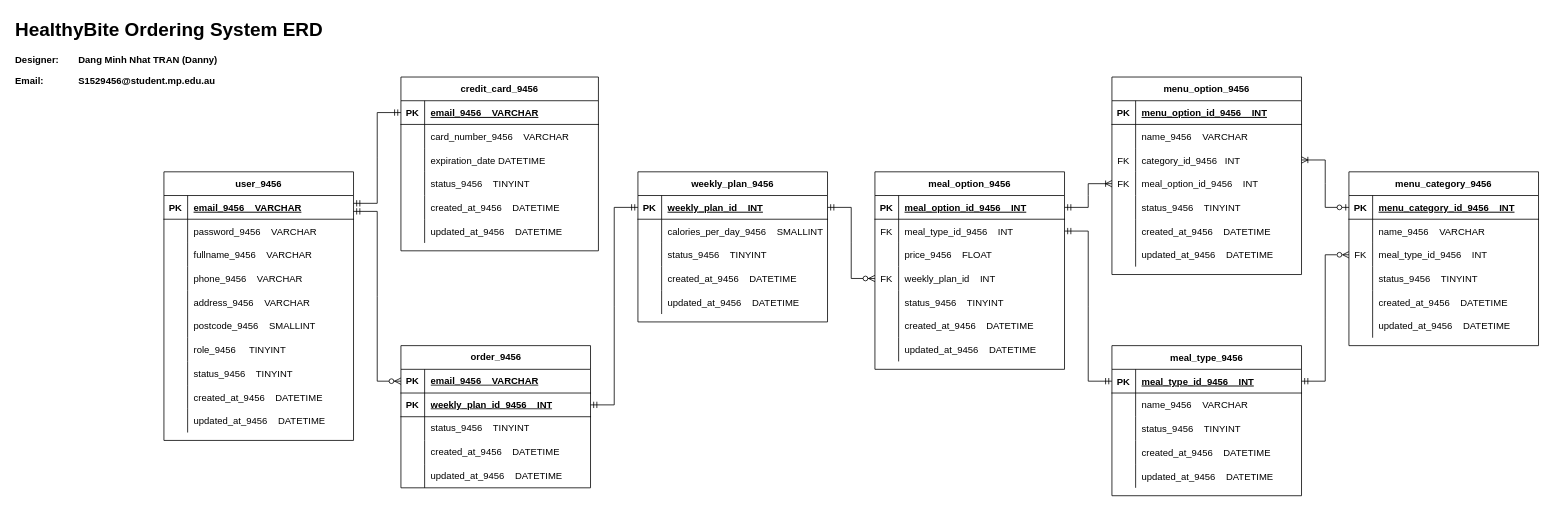
Earlier version of the draw.io diagram Untitled Diagram.drawio (DannyTran3000/er_diagram). Source tidied: cells renumbered, new cells numbered last; positions are measured from the earlier drawing's top-left corner, leaving out a move shared by most shapes. Both pictures are drawn from the tidied source at 79%, with x=0, y=0 at pixel (13, 13).
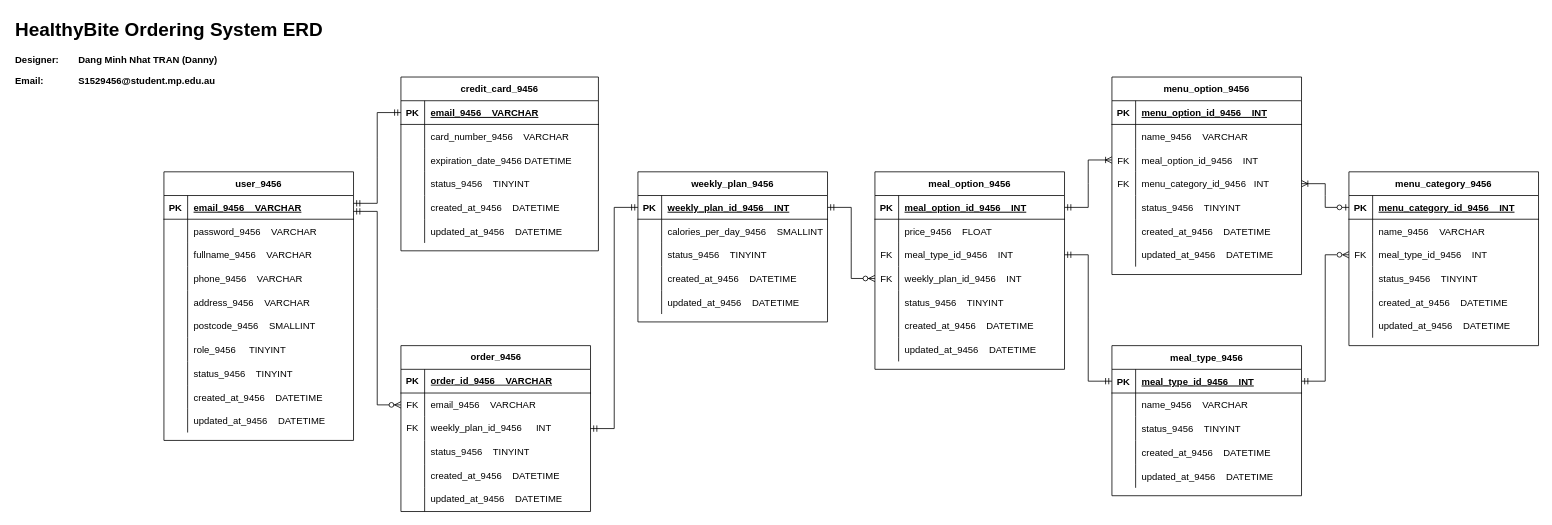
Above is the later version.

Unchanged cells that the change refers to:
```xml
<mxCell id="9" style="shape=partialRectangle;fillColor=none;top=0;left=0;right=0;bottom=0;" parent="2" vertex="1">
  <mxGeometry y="90" width="250" height="30" as="geometry" />
</mxCell>
<mxCell id="22" style="shape=partialRectangle;fillColor=none;points=[[0,0.5],[1,0.5]];portConstraint=eastwest;top=0;left=0;right=0;bottom=1;" parent="21" vertex="1">
  <mxGeometry y="30" width="240" height="30" as="geometry" />
</mxCell>
<mxCell id="25" style="shape=partialRectangle;fillColor=none;points=[[0,0.5],[1,0.5]];portConstraint=eastwest;top=0;left=0;right=0;bottom=0;" parent="21" vertex="1">
  <mxGeometry y="60" width="240" height="30" as="geometry" />
</mxCell>
<mxCell id="28" style="shape=partialRectangle;fillColor=none;points=[[0,0.5],[1,0.5]];portConstraint=eastwest;top=0;left=0;right=0;bottom=0;" parent="21" vertex="1">
  <mxGeometry y="90" width="240" height="30" as="geometry" />
</mxCell>
<mxCell id="31" style="shape=partialRectangle;fillColor=none;points=[[0,0.5],[1,0.5]];portConstraint=eastwest;top=0;left=0;right=0;bottom=0;" parent="21" vertex="1">
  <mxGeometry y="120" width="240" height="30" as="geometry" />
</mxCell>
<mxCell id="44" style="shape=partialRectangle;fillColor=none;points=[[0,0.5],[1,0.5]];portConstraint=eastwest;top=0;left=0;right=0;bottom=1;" parent="43" vertex="1">
  <mxGeometry y="30" width="240" height="30" as="geometry" />
</mxCell>
<mxCell id="76" style="shape=partialRectangle;fillColor=none;points=[[0,0.5],[1,0.5]];portConstraint=eastwest;top=0;left=0;right=0;bottom=1;" parent="75" vertex="1">
  <mxGeometry y="30" width="240" height="30" as="geometry" />
</mxCell>
<mxCell id="99" style="shape=partialRectangle;fillColor=none;points=[[0,0.5],[1,0.5]];portConstraint=eastwest;top=0;left=0;right=0;bottom=0;" parent="92" vertex="1">
  <mxGeometry y="90" width="240" height="30" as="geometry" />
</mxCell>
<mxCell id="102" style="shape=partialRectangle;fillColor=none;points=[[0,0.5],[1,0.5]];portConstraint=eastwest;top=0;left=0;right=0;bottom=0;" parent="92" vertex="1">
  <mxGeometry y="120" width="240" height="30" as="geometry" />
</mxCell>
<mxCell id="115" style="shape=partialRectangle;fillColor=none;points=[[0,0.5],[1,0.5]];portConstraint=eastwest;top=0;left=0;right=0;bottom=1;" parent="114" vertex="1">
  <mxGeometry y="30" width="240" height="30" as="geometry" />
</mxCell>
<mxCell id="134" style="shape=partialRectangle;fillColor=none;points=[[0,0.5],[1,0.5]];portConstraint=eastwest;top=0;left=0;right=0;bottom=1;" parent="133" vertex="1">
  <mxGeometry y="30" width="240" height="30" as="geometry" />
</mxCell>
<mxCell id="157" style="shape=tableRow;horizontal=0;startSize=0;swimlaneHead=0;swimlaneBody=0;fillColor=none;points=[[0,0.5],[1,0.5]];portConstraint=eastwest;top=0;left=0;right=0;bottom=1;" parent="156" vertex="1">
  <mxGeometry y="30" width="240" height="30" as="geometry" />
</mxCell>
```

Diff of the diagram source:
```diff
@@
-    <mxCell id="11" value="expiration_date DATETIME" style="shape=partialRectangle;overflow=hidden;fillColor=none;top=0;left=0;bottom=0;right=0;align=left;spacingLeft=6;" parent="9" vertex="1">
+    <mxCell id="11" value="expiration_date_9456 DATETIME" style="shape=partialRectangle;overflow=hidden;fillColor=none;top=0;left=0;bottom=0;right=0;align=left;spacingLeft=6;" parent="9" vertex="1">
       <mxGeometry x="30" width="220" height="30" as="geometry" />
     </mxCell>
@@
-    <mxCell id="26" value="FK" style="shape=partialRectangle;overflow=hidden;fillColor=none;top=0;left=0;bottom=0;right=0;" parent="25" vertex="1">
+    <mxCell id="26" style="shape=partialRectangle;overflow=hidden;fillColor=none;top=0;left=0;bottom=0;right=0;" parent="25" vertex="1">
       <mxGeometry width="30" height="30" as="geometry" />
     </mxCell>
-    <mxCell id="27" value="meal_type_id_9456    INT" style="shape=partialRectangle;overflow=hidden;fillColor=none;top=0;left=0;bottom=0;right=0;align=left;spacingLeft=6;" parent="25" vertex="1">
+    <mxCell id="27" value="price_9456    FLOAT " style="shape=partialRectangle;overflow=hidden;fillColor=none;top=0;left=0;bottom=0;right=0;align=left;spacingLeft=6;" parent="25" vertex="1">
       <mxGeometry x="30" width="210" height="30" as="geometry" />
     </mxCell>
@@
-    <mxCell id="29" style="shape=partialRectangle;overflow=hidden;fillColor=none;top=0;left=0;bottom=0;right=0;" parent="28" vertex="1">
+    <mxCell id="29" value="FK" style="shape=partialRectangle;overflow=hidden;fillColor=none;top=0;left=0;bottom=0;right=0;" parent="28" vertex="1">
       <mxGeometry width="30" height="30" as="geometry" />
     </mxCell>
-    <mxCell id="30" value="price_9456    FLOAT" style="shape=partialRectangle;overflow=hidden;fillColor=none;top=0;left=0;bottom=0;right=0;align=left;spacingLeft=6;" parent="28" vertex="1">
+    <mxCell id="30" value="meal_type_id_9456    INT" style="shape=partialRectangle;overflow=hidden;fillColor=none;top=0;left=0;bottom=0;right=0;align=left;spacingLeft=6;" parent="28" vertex="1">
       <mxGeometry x="30" width="210" height="30" as="geometry" />
     </mxCell>
@@
-    <mxCell id="33" value="weekly_plan_id    INT" style="shape=partialRectangle;overflow=hidden;fillColor=none;top=0;left=0;bottom=0;right=0;align=left;spacingLeft=6;" parent="31" vertex="1">
+    <mxCell id="33" value="weekly_plan_id_9456    INT" style="shape=partialRectangle;overflow=hidden;fillColor=none;top=0;left=0;bottom=0;right=0;align=left;spacingLeft=6;" parent="31" vertex="1">
       <mxGeometry x="30" width="210" height="30" as="geometry" />
     </mxCell>
@@
-    <mxCell id="78" value="weekly_plan_id    INT" style="shape=partialRectangle;overflow=hidden;fillColor=none;top=0;left=0;bottom=0;right=0;align=left;spacingLeft=6;fontStyle=5;" parent="76" vertex="1">
+    <mxCell id="78" value="weekly_plan_id_9456    INT" style="shape=partialRectangle;overflow=hidden;fillColor=none;top=0;left=0;bottom=0;right=0;align=left;spacingLeft=6;fontStyle=5;" parent="76" vertex="1">
       <mxGeometry x="30" width="210" height="30" as="geometry" />
     </mxCell>
@@
-    <mxCell id="101" value="category_id_9456   INT" style="shape=partialRectangle;overflow=hidden;fillColor=none;top=0;left=0;bottom=0;right=0;align=left;spacingLeft=6;" parent="99" vertex="1">
+    <mxCell id="101" value="meal_option_id_9456    INT" style="shape=partialRectangle;overflow=hidden;fillColor=none;top=0;left=0;bottom=0;right=0;align=left;spacingLeft=6;" parent="99" vertex="1">
       <mxGeometry x="30" width="210" height="30" as="geometry" />
     </mxCell>
@@
-    <mxCell id="104" value="meal_option_id_9456    INT" style="shape=partialRectangle;overflow=hidden;fillColor=none;top=0;left=0;bottom=0;right=0;align=left;spacingLeft=6;fontStyle=0;" parent="102" vertex="1">
+    <mxCell id="104" value="menu_category_id_9456   INT" style="shape=partialRectangle;overflow=hidden;fillColor=none;top=0;left=0;bottom=0;right=0;align=left;spacingLeft=6;fontStyle=0;" parent="102" vertex="1">
       <mxGeometry x="30" width="210" height="30" as="geometry" />
     </mxCell>
@@
-    <mxCell id="149" style="edgeStyle=entityRelationEdgeStyle;fontSize=12;html=1;endArrow=ERzeroToOne;startArrow=ERoneToMany;rounded=0;exitX=1;exitY=0.5;exitDx=0;exitDy=0;entryX=0;entryY=0.5;entryDx=0;entryDy=0;startFill=0;" parent="1" edge="1" source="99" target="115">
+    <mxCell id="149" style="edgeStyle=entityRelationEdgeStyle;fontSize=12;html=1;endArrow=ERzeroToOne;startArrow=ERoneToMany;rounded=0;exitX=1;exitY=0.5;exitDx=0;exitDy=0;entryX=0;entryY=0.5;entryDx=0;entryDy=0;startFill=0;" parent="1" edge="1" source="102" target="115">
       <mxGeometry relative="1" as="geometry" />
     </mxCell>
-    <mxCell id="150" style="edgeStyle=entityRelationEdgeStyle;fontSize=12;html=1;endArrow=ERmandOne;endFill=0;rounded=0;exitX=1;exitY=0.5;exitDx=0;exitDy=0;entryX=0;entryY=0.5;entryDx=0;entryDy=0;startArrow=ERmandOne;startFill=0;" parent="1" edge="1" source="25" target="134">
+    <mxCell id="150" style="edgeStyle=entityRelationEdgeStyle;fontSize=12;html=1;endArrow=ERmandOne;endFill=0;rounded=0;exitX=1;exitY=0.5;exitDx=0;exitDy=0;entryX=0;entryY=0.5;entryDx=0;entryDy=0;startArrow=ERmandOne;startFill=0;" parent="1" edge="1" source="28" target="134">
       <mxGeometry relative="1" as="geometry" />
     </mxCell>
@@
-    <mxCell id="152" style="edgeStyle=entityRelationEdgeStyle;fontSize=12;html=1;endArrow=ERoneToMany;endFill=0;startArrow=ERmandOne;rounded=0;entryX=0;entryY=0.5;entryDx=0;entryDy=0;exitX=1;exitY=0.5;exitDx=0;exitDy=0;startFill=0;" parent="1" edge="1" source="22" target="102">
+    <mxCell id="152" style="edgeStyle=entityRelationEdgeStyle;fontSize=12;html=1;endArrow=ERoneToMany;endFill=0;startArrow=ERmandOne;rounded=0;entryX=0;entryY=0.5;entryDx=0;entryDy=0;exitX=1;exitY=0.5;exitDx=0;exitDy=0;startFill=0;" parent="1" edge="1" source="22" target="99">
       <mxGeometry relative="1" as="geometry">
         <Array as="points">
           <mxPoint x="2090" y="730" />
         </Array>
       </mxGeometry>
     </mxCell>
-    <mxCell id="153" style="edgeStyle=entityRelationEdgeStyle;fontSize=12;html=1;endArrow=ERzeroToMany;endFill=1;rounded=0;startArrow=ERmandOne;startFill=0;exitX=1;exitY=0.669;exitDx=0;exitDy=0;exitPerimeter=0;entryX=0;entryY=0.5;entryDx=0;entryDy=0;" parent="1" edge="1" source="44" target="157">
+    <mxCell id="153" style="edgeStyle=entityRelationEdgeStyle;fontSize=12;html=1;endArrow=ERzeroToMany;endFill=1;rounded=0;startArrow=ERmandOne;startFill=0;exitX=1;exitY=0.669;exitDx=0;exitDy=0;exitPerimeter=0;entryX=0;entryY=0.5;entryDx=0;entryDy=0;" parent="1" edge="1" source="44" target="163">
       <mxGeometry relative="1" as="geometry" />
     </mxCell>
-    <mxCell id="154" style="edgeStyle=entityRelationEdgeStyle;fontSize=12;html=1;endArrow=ERmandOne;endFill=0;rounded=0;exitX=1;exitY=0.5;exitDx=0;exitDy=0;entryX=0;entryY=0.5;entryDx=0;entryDy=0;startArrow=ERmandOne;startFill=0;" parent="1" edge="1" source="160" target="76">
+    <mxCell id="154" style="edgeStyle=entityRelationEdgeStyle;fontSize=12;html=1;endArrow=ERmandOne;endFill=0;rounded=0;exitX=1;exitY=0.5;exitDx=0;exitDy=0;entryX=0;entryY=0.5;entryDx=0;entryDy=0;startArrow=ERmandOne;startFill=0;" parent="1" edge="1" source="166" target="76">
       <mxGeometry relative="1" as="geometry" />
     </mxCell>
@@
     <mxCell id="156" value="order_9456" style="shape=table;startSize=30;childLayout=tableLayout;rowLines=0;fontStyle=1;align=center;html=1;" parent="1" vertex="1">
-      <mxGeometry x="490" y="420" width="240" height="180" as="geometry" />
+      <mxGeometry x="490" y="420" width="240" height="210" as="geometry" />
     </mxCell>
@@
-    <mxCell id="159" value="&lt;span style=&quot;text-wrap: nowrap;&quot;&gt;email_9456&amp;nbsp;&amp;nbsp;&amp;nbsp;&amp;nbsp;VARCHAR&lt;/span&gt;" style="shape=partialRectangle;fillColor=none;top=0;left=0;bottom=0;right=0;align=left;spacingLeft=6;fontStyle=5;overflow=hidden;whiteSpace=wrap;html=1;" parent="157" vertex="1">
+    <mxCell id="159" value="&lt;span style=&quot;text-wrap: nowrap;&quot;&gt;order_id_9456&amp;nbsp;&amp;nbsp;&amp;nbsp;&amp;nbsp;VARCHAR&lt;/span&gt;" style="shape=partialRectangle;fillColor=none;top=0;left=0;bottom=0;right=0;align=left;spacingLeft=6;fontStyle=5;overflow=hidden;whiteSpace=wrap;html=1;" parent="157" vertex="1">
       <mxGeometry x="30" width="210" height="30" as="geometry" />
     </mxCell>
-    <mxCell id="160" style="shape=tableRow;horizontal=0;startSize=0;swimlaneHead=0;swimlaneBody=0;fillColor=none;points=[[0,0.5],[1,0.5]];portConstraint=eastwest;top=0;left=0;right=0;bottom=1;" parent="156" vertex="1">
-      <mxGeometry y="60" width="240" height="30" as="geometry" />
-    </mxCell>
-    <mxCell id="161" value="PK" style="shape=partialRectangle;fillColor=none;top=0;left=0;bottom=0;right=0;fontStyle=1;overflow=hidden;whiteSpace=wrap;html=1;" parent="160" vertex="1">
-      <mxGeometry width="30" height="30" as="geometry" />
-    </mxCell>
-    <mxCell id="162" value="&lt;span style=&quot;text-wrap: nowrap;&quot;&gt;weekly_plan_id_9456&amp;nbsp;&amp;nbsp;&amp;nbsp;&amp;nbsp;INT&lt;/span&gt;" style="shape=partialRectangle;fillColor=none;top=0;left=0;bottom=0;right=0;align=left;spacingLeft=6;fontStyle=5;overflow=hidden;whiteSpace=wrap;html=1;" parent="160" vertex="1">
-      <mxGeometry x="30" width="210" height="30" as="geometry" />
-    </mxCell>
     <mxCell id="163" style="shape=tableRow;horizontal=0;startSize=0;swimlaneHead=0;swimlaneBody=0;fillColor=none;points=[[0,0.5],[1,0.5]];portConstraint=eastwest;top=0;left=0;right=0;bottom=0;" parent="156" vertex="1">
-      <mxGeometry y="90" width="240" height="30" as="geometry" />
+      <mxGeometry y="60" width="240" height="30" as="geometry" />
     </mxCell>
-    <mxCell id="164" style="shape=partialRectangle;fillColor=none;top=0;left=0;bottom=0;right=0;overflow=hidden;whiteSpace=wrap;html=1;" parent="163" vertex="1">
+    <mxCell id="164" value="FK" style="shape=partialRectangle;fillColor=none;top=0;left=0;bottom=0;right=0;overflow=hidden;whiteSpace=wrap;html=1;" parent="163" vertex="1">
       <mxGeometry width="30" height="30" as="geometry" />
     </mxCell>
-    <mxCell id="165" value="&lt;span style=&quot;text-wrap: nowrap;&quot;&gt;status_9456&amp;nbsp;&amp;nbsp;&amp;nbsp;&amp;nbsp;TINYINT&lt;/span&gt;" style="shape=partialRectangle;fillColor=none;top=0;left=0;bottom=0;right=0;align=left;spacingLeft=6;overflow=hidden;whiteSpace=wrap;html=1;" parent="163" vertex="1">
+    <mxCell id="165" value="&lt;span style=&quot;text-wrap: nowrap;&quot;&gt;email_9456&amp;nbsp;&amp;nbsp;&amp;nbsp;&amp;nbsp;VARCHAR&lt;/span&gt;" style="shape=partialRectangle;fillColor=none;top=0;left=0;bottom=0;right=0;align=left;spacingLeft=6;overflow=hidden;whiteSpace=wrap;html=1;" parent="163" vertex="1">
       <mxGeometry x="30" width="210" height="30" as="geometry" />
     </mxCell>
     <mxCell id="166" style="shape=tableRow;horizontal=0;startSize=0;swimlaneHead=0;swimlaneBody=0;fillColor=none;points=[[0,0.5],[1,0.5]];portConstraint=eastwest;top=0;left=0;right=0;bottom=0;" parent="156" vertex="1">
-      <mxGeometry y="120" width="240" height="30" as="geometry" />
+      <mxGeometry y="90" width="240" height="30" as="geometry" />
     </mxCell>
-    <mxCell id="167" style="shape=partialRectangle;fillColor=none;top=0;left=0;bottom=0;right=0;overflow=hidden;whiteSpace=wrap;html=1;" parent="166" vertex="1">
+    <mxCell id="167" value="FK" style="shape=partialRectangle;fillColor=none;top=0;left=0;bottom=0;right=0;overflow=hidden;whiteSpace=wrap;html=1;" parent="166" vertex="1">
       <mxGeometry width="30" height="30" as="geometry" />
     </mxCell>
-    <mxCell id="168" value="&lt;span style=&quot;text-wrap: nowrap;&quot;&gt;created_at_9456&amp;nbsp;&amp;nbsp;&amp;nbsp;&amp;nbsp;DATETIME&lt;/span&gt;" style="shape=partialRectangle;fillColor=none;top=0;left=0;bottom=0;right=0;align=left;spacingLeft=6;overflow=hidden;whiteSpace=wrap;html=1;" parent="166" vertex="1">
+    <mxCell id="168" value="&lt;span style=&quot;text-wrap: nowrap;&quot;&gt;weekly_plan_id_9456&lt;span style=&quot;white-space: pre;&quot;&gt;&#9;&lt;/span&gt;INT&lt;/span&gt;" style="shape=partialRectangle;fillColor=none;top=0;left=0;bottom=0;right=0;align=left;spacingLeft=6;overflow=hidden;whiteSpace=wrap;html=1;" parent="166" vertex="1">
       <mxGeometry x="30" width="210" height="30" as="geometry" />
     </mxCell>
     <mxCell id="169" style="shape=tableRow;horizontal=0;startSize=0;swimlaneHead=0;swimlaneBody=0;fillColor=none;top=0;left=0;right=0;bottom=0;" parent="156" vertex="1">
-      <mxGeometry y="150" width="240" height="30" as="geometry" />
+      <mxGeometry y="120" width="240" height="30" as="geometry" />
     </mxCell>
@@
-    <mxCell id="171" value="&lt;span style=&quot;text-wrap: nowrap;&quot;&gt;updated_at_9456&amp;nbsp;&amp;nbsp;&amp;nbsp;&amp;nbsp;DATETIME&lt;/span&gt;" style="shape=partialRectangle;fillColor=none;top=0;left=0;bottom=0;right=0;align=left;spacingLeft=6;overflow=hidden;whiteSpace=wrap;html=1;" parent="169" vertex="1">
+    <mxCell id="171" value="&lt;span style=&quot;text-wrap: nowrap;&quot;&gt;status_9456&amp;nbsp;&amp;nbsp;&amp;nbsp;&amp;nbsp;TINYINT&lt;/span&gt;" style="shape=partialRectangle;fillColor=none;top=0;left=0;bottom=0;right=0;align=left;spacingLeft=6;overflow=hidden;whiteSpace=wrap;html=1;" parent="169" vertex="1">
       <mxGeometry x="30" width="210" height="30" as="geometry" />
     </mxCell>
+    <mxCell id="172" style="shape=tableRow;horizontal=0;startSize=0;swimlaneHead=0;swimlaneBody=0;fillColor=none;top=0;left=0;right=0;bottom=0;" parent="156" vertex="1">
+      <mxGeometry y="150" width="240" height="30" as="geometry" />
+    </mxCell>
+    <mxCell id="173" style="shape=partialRectangle;fillColor=none;top=0;left=0;bottom=0;right=0;overflow=hidden;whiteSpace=wrap;html=1;" parent="172" vertex="1">
+      <mxGeometry width="30" height="30" as="geometry" />
+    </mxCell>
+    <mxCell id="174" value="&lt;span style=&quot;text-wrap: nowrap;&quot;&gt;created_at_9456&amp;nbsp;&amp;nbsp;&amp;nbsp;&amp;nbsp;DATETIME&lt;/span&gt;" style="shape=partialRectangle;fillColor=none;top=0;left=0;bottom=0;right=0;align=left;spacingLeft=6;overflow=hidden;whiteSpace=wrap;html=1;" parent="172" vertex="1">
+      <mxGeometry x="30" width="210" height="30" as="geometry" />
+    </mxCell>
+    <mxCell id="175" style="shape=tableRow;horizontal=0;startSize=0;swimlaneHead=0;swimlaneBody=0;fillColor=none;top=0;left=0;right=0;bottom=0;" parent="156" vertex="1">
+      <mxGeometry y="180" width="240" height="30" as="geometry" />
+    </mxCell>
+    <mxCell id="176" style="shape=partialRectangle;fillColor=none;top=0;left=0;bottom=0;right=0;overflow=hidden;whiteSpace=wrap;html=1;" parent="175" vertex="1">
+      <mxGeometry width="30" height="30" as="geometry" />
+    </mxCell>
+    <mxCell id="177" value="&lt;span style=&quot;text-wrap: nowrap;&quot;&gt;updated_at_9456&amp;nbsp;&amp;nbsp;&amp;nbsp;&amp;nbsp;DATETIME&lt;/span&gt;" style="shape=partialRectangle;fillColor=none;top=0;left=0;bottom=0;right=0;align=left;spacingLeft=6;overflow=hidden;whiteSpace=wrap;html=1;" parent="175" vertex="1">
+      <mxGeometry x="30" width="210" height="30" as="geometry" />
+    </mxCell>
```
